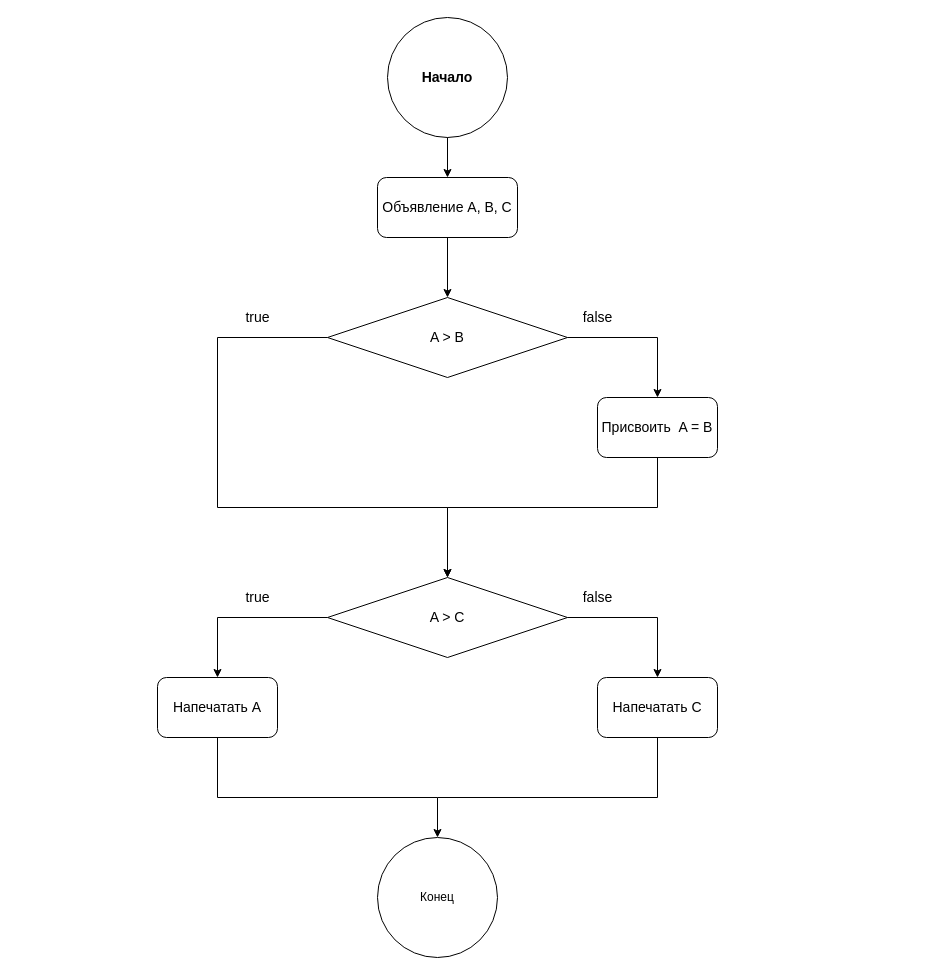
The draw.io diagram Untitled Diagram.drawio in alexander-chashkov/job4j_elementary, before the edit. Source tidied: cells renumbered, new cells numbered last; positions are measured from the earlier drawing's top-left corner, leaving out a move shared by most shapes. Both pictures are drawn from the tidied source at 100%, with x=0, y=0 at pixel (157, 17).
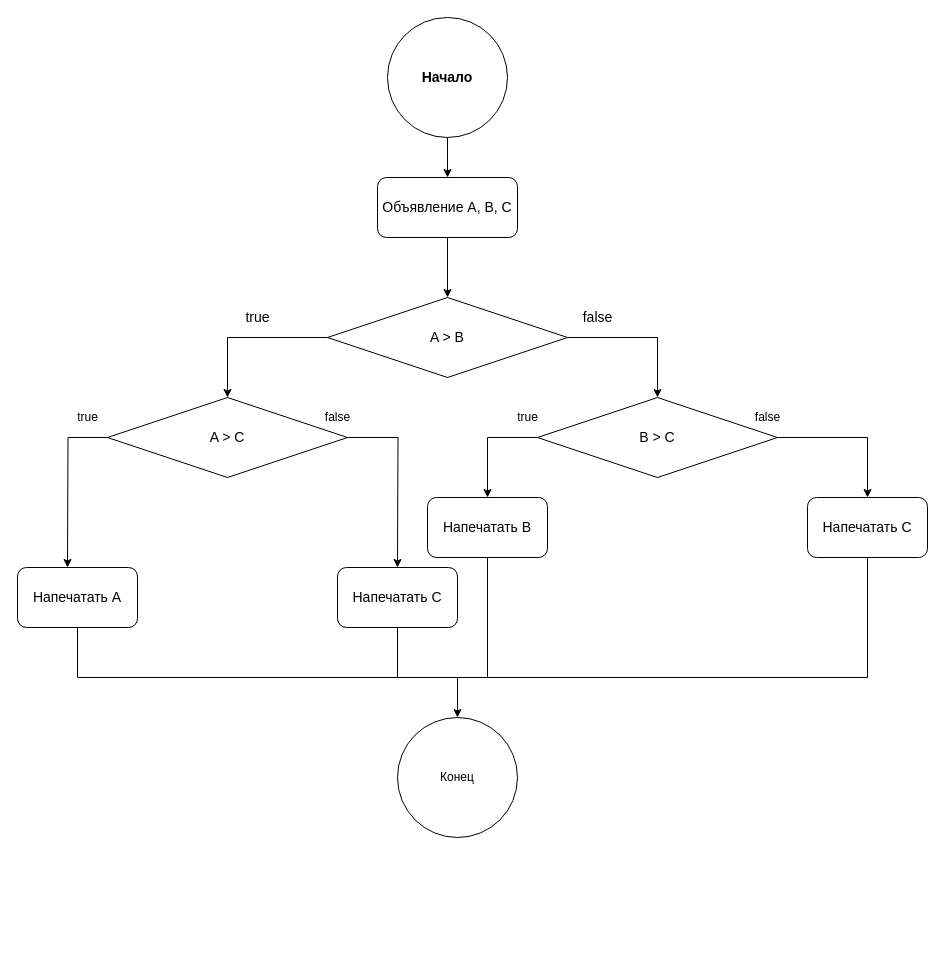
The same page after the edit.

The change refers to these unchanged cells:
```xml
<mxCell id="6" value="A &amp;gt; B" style="rhombus;whiteSpace=wrap;html=1;fontSize=14;" parent="1" vertex="1">
  <mxGeometry x="170" y="280" width="240" height="80" as="geometry" />
</mxCell>
```

What changed in the source:
```diff
@@
-    <mxCell id="7" style="endArrow=classic;html=1;rounded=0;fontSize=14;exitX=0;exitY=0.5;exitDx=0;exitDy=0;" parent="1" edge="1" source="6">
-      <mxGeometry relative="1" as="geometry">
-        <mxPoint x="290" y="560" as="targetPoint" />
-        <Array as="points">
-          <mxPoint x="60" y="320" />
-          <mxPoint x="60" y="490" />
-          <mxPoint x="290" y="490" />
-        </Array>
-      </mxGeometry>
-    </mxCell>
@@
-    <mxCell id="9" value="Присвоить&amp;nbsp; A = B" style="rounded=1;whiteSpace=wrap;html=1;fontSize=14;" parent="1" vertex="1">
-      <mxGeometry x="440" y="380" width="120" height="60" as="geometry" />
-    </mxCell>
-    <mxCell id="10" style="endArrow=classic;html=1;rounded=0;fontSize=14;exitX=0.5;exitY=1;exitDx=0;exitDy=0;" parent="1" edge="1" source="9">
-      <mxGeometry relative="1" as="geometry">
-        <mxPoint x="290" y="560" as="targetPoint" />
-        <Array as="points">
-          <mxPoint x="500" y="490" />
-          <mxPoint x="290" y="490" />
-        </Array>
-      </mxGeometry>
-    </mxCell>
+    <mxCell id="23" style="edgeStyle=orthogonalEdgeStyle;rounded=0;jettySize=auto;html=1;exitX=0;exitY=0.5;exitDx=0;exitDy=0;" parent="1" edge="1" source="11">
+      <mxGeometry relative="1" as="geometry">
+        <mxPoint x="330" y="480" as="targetPoint" />
+        <Array as="points">
+          <mxPoint x="330" y="420" />
+          <mxPoint x="330" y="480" />
+        </Array>
+      </mxGeometry>
+    </mxCell>
-    <mxCell id="11" value="A &amp;gt; C" style="rhombus;whiteSpace=wrap;html=1;fontSize=14;" parent="1" vertex="1">
-      <mxGeometry x="170" y="560" width="240" height="80" as="geometry" />
+    <mxCell id="11" value="B &amp;gt; C" style="rhombus;whiteSpace=wrap;html=1;fontSize=14;" parent="1" vertex="1">
+      <mxGeometry x="380" y="380" width="240" height="80" as="geometry" />
     </mxCell>
-    <mxCell id="12" style="endArrow=classic;html=1;rounded=0;fontSize=14;" parent="1" edge="1">
+    <mxCell id="12" style="endArrow=classic;html=1;rounded=0;fontSize=14;exitX=0;exitY=0.5;exitDx=0;exitDy=0;" parent="1" edge="1" source="6">
       <mxGeometry relative="1" as="geometry">
-        <mxPoint x="410" y="600" as="sourcePoint" />
-        <mxPoint x="500" y="660" as="targetPoint" />
+        <mxPoint x="70" y="380" as="targetPoint" />
         <Array as="points">
-          <mxPoint x="500" y="600" />
+          <mxPoint x="70" y="320" />
         </Array>
       </mxGeometry>
     </mxCell>
@@
-    <mxCell id="15" value="false" style="text;html=1;align=center;verticalAlign=middle;strokeColor=none;fillColor=none;fontSize=14;" parent="1" vertex="1">
-      <mxGeometry x="415" y="570" width="50" height="20" as="geometry" />
-    </mxCell>
     <mxCell id="16" value="Напечатать C" style="rounded=1;whiteSpace=wrap;html=1;fontSize=14;" parent="1" vertex="1">
-      <mxGeometry x="440" y="660" width="120" height="60" as="geometry" />
+      <mxGeometry x="650" y="480" width="120" height="60" as="geometry" />
     </mxCell>
-    <mxCell id="17" style="endArrow=classic;html=1;rounded=0;fontSize=14;exitX=0;exitY=0.5;exitDx=0;exitDy=0;" parent="1" edge="1" source="11">
-      <mxGeometry relative="1" as="geometry">
-        <mxPoint x="60" y="660" as="targetPoint" />
-        <Array as="points">
-          <mxPoint x="60" y="600" />
-        </Array>
-      </mxGeometry>
-    </mxCell>
+    <mxCell id="21" value="Конец" style="ellipse;whiteSpace=wrap;html=1;" parent="1" vertex="1">
+      <mxGeometry x="240" y="700" width="120" height="120" as="geometry" />
+    </mxCell>
+    <mxCell id="24" style="endArrow=classic;html=1;rounded=0;fontSize=14;" parent="1" edge="1">
+      <mxGeometry relative="1" as="geometry">
+        <mxPoint x="620" y="420" as="sourcePoint" />
+        <mxPoint x="710" y="480" as="targetPoint" />
+        <Array as="points">
+          <mxPoint x="710" y="420" />
+        </Array>
+      </mxGeometry>
+    </mxCell>
+    <mxCell id="25" value="false" style="text;html=1;align=center;verticalAlign=middle;strokeColor=none;fillColor=none;" parent="1" vertex="1">
+      <mxGeometry x="590" y="390" width="40" height="20" as="geometry" />
+    </mxCell>
+    <mxCell id="26" value="Напечатать B" style="rounded=1;whiteSpace=wrap;html=1;fontSize=14;" parent="1" vertex="1">
+      <mxGeometry x="270" y="480" width="120" height="60" as="geometry" />
+    </mxCell>
+    <mxCell id="27" style="edgeStyle=orthogonalEdgeStyle;rounded=0;jettySize=auto;html=1;exitX=1;exitY=0.5;exitDx=0;exitDy=0;" parent="1" edge="1" source="29">
+      <mxGeometry relative="1" as="geometry">
+        <mxPoint x="240" y="550" as="targetPoint" />
+      </mxGeometry>
+    </mxCell>
+    <mxCell id="28" style="edgeStyle=orthogonalEdgeStyle;rounded=0;jettySize=auto;html=1;exitX=0;exitY=0.5;exitDx=0;exitDy=0;" parent="1" edge="1" source="29">
+      <mxGeometry relative="1" as="geometry">
+        <mxPoint x="-90" y="550" as="targetPoint" />
+      </mxGeometry>
+    </mxCell>
+    <mxCell id="29" value="A &amp;gt; C" style="rhombus;whiteSpace=wrap;html=1;fontSize=14;" parent="1" vertex="1">
+      <mxGeometry x="-50" y="380" width="240" height="80" as="geometry" />
+    </mxCell>
+    <mxCell id="30" value="Напечатать C" style="rounded=1;whiteSpace=wrap;html=1;fontSize=14;" parent="1" vertex="1">
+      <mxGeometry x="180" y="550" width="120" height="60" as="geometry" />
+    </mxCell>
+    <mxCell id="31" value="true" style="text;html=1;align=center;verticalAlign=middle;strokeColor=none;fillColor=none;" parent="1" vertex="1">
+      <mxGeometry x="350" y="390" width="40" height="20" as="geometry" />
+    </mxCell>
+    <mxCell id="32" style="edgeStyle=orthogonalEdgeStyle;rounded=0;jettySize=auto;html=1;exitX=0.5;exitY=1;exitDx=0;exitDy=0;" parent="1" edge="1" source="18">
+      <mxGeometry relative="1" as="geometry">
+        <mxPoint x="300" y="700" as="targetPoint" />
+        <Array as="points">
+          <mxPoint x="-80" y="660" />
+          <mxPoint x="300" y="660" />
+        </Array>
+      </mxGeometry>
+    </mxCell>
     <mxCell id="18" value="Напечатать A" style="rounded=1;whiteSpace=wrap;html=1;fontSize=14;" parent="1" vertex="1">
-      <mxGeometry y="660" width="120" height="60" as="geometry" />
+      <mxGeometry x="-140" y="550" width="120" height="60" as="geometry" />
     </mxCell>
-    <mxCell id="19" style="endArrow=classic;html=1;rounded=0;fontSize=14;exitX=0.5;exitY=1;exitDx=0;exitDy=0;" parent="1" edge="1" source="16">
-      <mxGeometry relative="1" as="geometry">
-        <mxPoint x="280" y="820" as="targetPoint" />
-        <Array as="points">
-          <mxPoint x="500" y="780" />
-          <mxPoint x="280" y="780" />
-        </Array>
-      </mxGeometry>
-    </mxCell>
-    <mxCell id="20" style="endArrow=none;html=1;rounded=0;fontSize=14;entryX=0.5;entryY=1;entryDx=0;entryDy=0;" parent="1" edge="1" target="18">
-      <mxGeometry relative="1" as="geometry">
-        <mxPoint x="280" y="780" as="sourcePoint" />
-        <Array as="points">
-          <mxPoint x="60" y="780" />
-        </Array>
-      </mxGeometry>
-    </mxCell>
-    <mxCell id="21" value="Конец" style="ellipse;whiteSpace=wrap;html=1;" parent="1" vertex="1">
-      <mxGeometry x="220" y="820" width="120" height="120" as="geometry" />
-    </mxCell>
-    <mxCell id="22" value="true" style="text;html=1;align=center;verticalAlign=middle;strokeColor=none;fillColor=none;fontSize=14;" parent="1" vertex="1">
-      <mxGeometry x="80" y="570" width="40" height="20" as="geometry" />
-    </mxCell>
+    <mxCell id="33" value="false" style="text;html=1;align=center;verticalAlign=middle;strokeColor=none;fillColor=none;" parent="1" vertex="1">
+      <mxGeometry x="160" y="390" width="40" height="20" as="geometry" />
+    </mxCell>
+    <mxCell id="34" value="true" style="text;html=1;align=center;verticalAlign=middle;strokeColor=none;fillColor=none;" parent="1" vertex="1">
+      <mxGeometry x="-90" y="390" width="40" height="20" as="geometry" />
+    </mxCell>
+    <mxCell id="35" style="endArrow=none;html=1;rounded=0;entryX=0.5;entryY=1;entryDx=0;entryDy=0;" parent="1" edge="1" target="30">
+      <mxGeometry relative="1" as="geometry">
+        <mxPoint x="240" y="660" as="sourcePoint" />
+      </mxGeometry>
+    </mxCell>
+    <mxCell id="36" style="endArrow=none;html=1;rounded=0;entryX=0.5;entryY=1;entryDx=0;entryDy=0;" parent="1" edge="1" target="16">
+      <mxGeometry relative="1" as="geometry">
+        <mxPoint x="300" y="660" as="sourcePoint" />
+        <Array as="points">
+          <mxPoint x="710" y="660" />
+        </Array>
+      </mxGeometry>
+    </mxCell>
+    <mxCell id="37" style="endArrow=none;html=1;rounded=0;entryX=0.5;entryY=1;entryDx=0;entryDy=0;" parent="1" edge="1" target="26">
+      <mxGeometry relative="1" as="geometry">
+        <mxPoint x="330" y="660" as="sourcePoint" />
+      </mxGeometry>
+    </mxCell>
```
